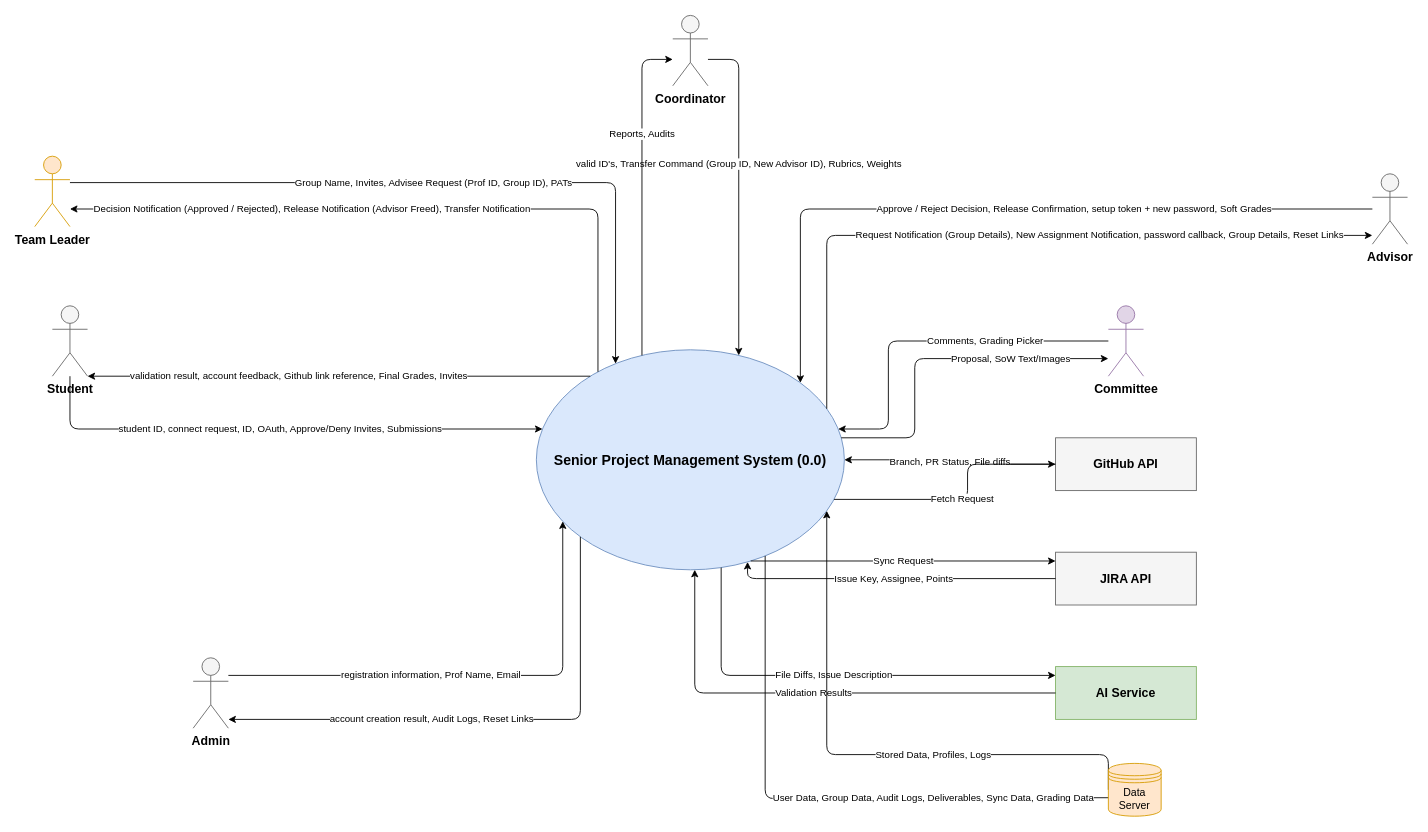
The draw.io diagram page "Level 0 - Context Diagram" (1 of 2) of docs/dfd_senior_project.drawio in SE3318-Spring-2025-2026/senior-app-1, before the edit. Source tidied: cells renumbered, new cells numbered last; positions are measured from the earlier drawing's top-left corner, leaving out a move shared by most shapes. Both pictures are drawn from the tidied source at 88%, with x=0, y=0 at pixel (34, 15).
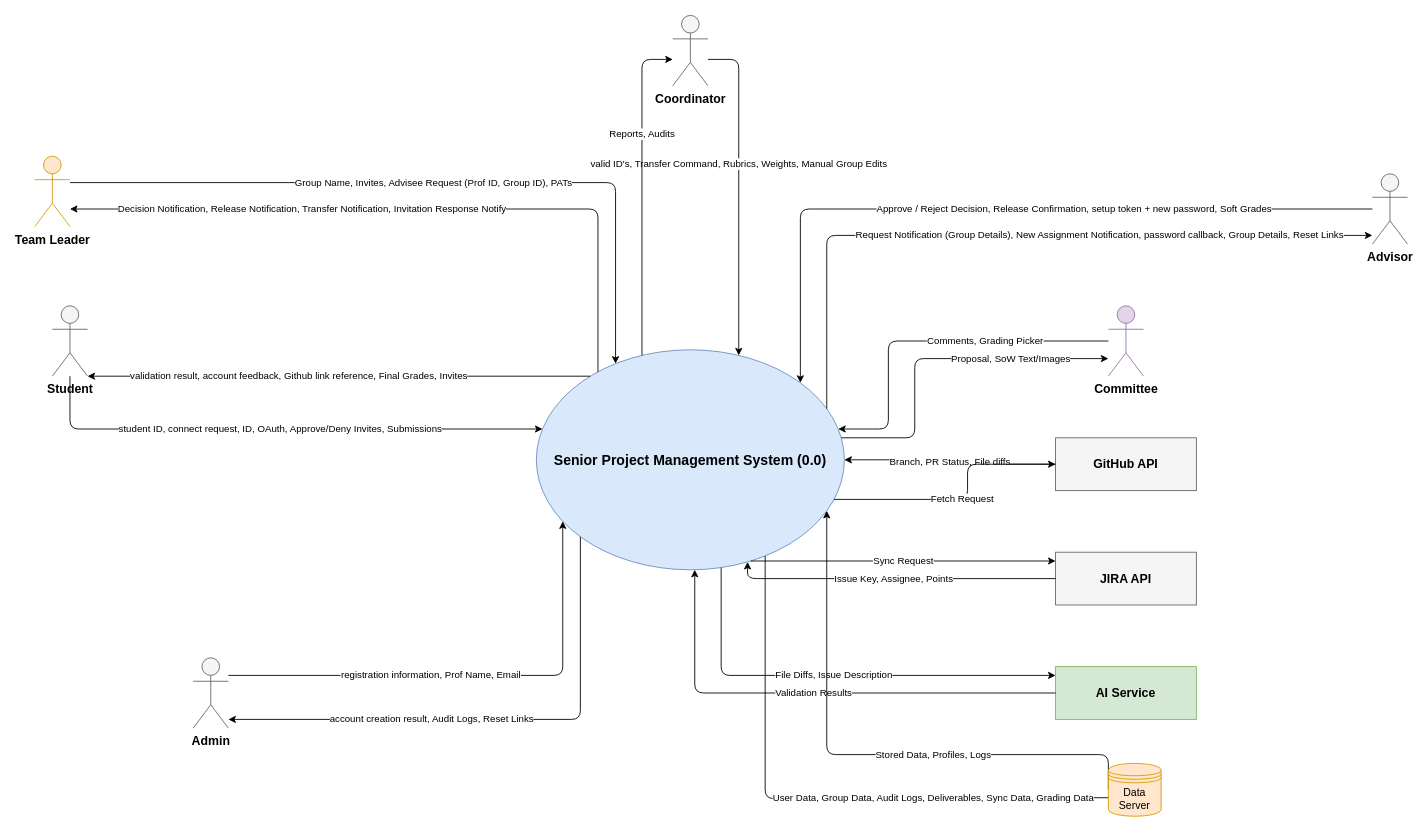
Above is the later version.

Commit message (it also covers changes not shown here):
Update API specifications and DFD diagrams for group formation and mentor matching: refine descriptions, add manual membership adjustments, and enhance documentation.

The change refers to these unchanged cells:
```xml
<mxCell id="2" value="Senior Project Management System (0.0)" style="ellipse;whiteSpace=wrap;html=1;fillColor=#dae8fc;strokeColor=#6c8ebf;fontSize=16;fontStyle=1;" parent="1" vertex="1">
  <mxGeometry x="570" y="380" width="350" height="250" as="geometry" />
</mxCell>
<mxCell id="4" value="Team Leader" style="shape=umlActor;verticalLabelPosition=bottom;verticalAlign=top;html=1;outlineConnect=0;fillColor=#ffe6cc;strokeColor=#d79b00;fontSize=14;fontStyle=1;" parent="1" vertex="1">
  <mxGeometry y="160" width="40" height="80" as="geometry" />
</mxCell>
<mxCell id="7" value="Coordinator" style="shape=umlActor;verticalLabelPosition=bottom;verticalAlign=top;html=1;outlineConnect=0;fillColor=#f5f5f5;strokeColor=#666666;fontSize=14;fontStyle=1;" parent="1" vertex="1">
  <mxGeometry x="725" width="40" height="80" as="geometry" />
</mxCell>
```

The edit, as a diff of the source:
```diff
@@
-    <mxCell id="15" value="Decision Notification (Approved / Rejected), Release Notification (Advisor Freed), Transfer Notification" style="edgeStyle=orthogonalEdgeStyle;rounded=1;html=1;fontSize=11;" parent="1" edge="1" source="2" target="4">
+    <mxCell id="15" value="Decision Notification, Release Notification, Transfer Notification, Invitation Response Notify" style="edgeStyle=orthogonalEdgeStyle;rounded=1;html=1;fontSize=11;" parent="1" edge="1" source="2" target="4">
       <mxGeometry x="0.3" relative="1" as="geometry">
         <Array as="points">
           <mxPoint x="640" y="220" />
         </Array>
       </mxGeometry>
     </mxCell>
@@
-    <mxCell id="20" value="valid ID's, Transfer Command (Group ID, New Advisor ID), Rubrics, Weights" style="edgeStyle=orthogonalEdgeStyle;rounded=1;html=1;fontSize=11;" parent="1" edge="1" source="7" target="2">
+    <mxCell id="20" value="valid ID's, Transfer Command, Rubrics, Weights, Manual Group Edits" style="edgeStyle=orthogonalEdgeStyle;rounded=1;html=1;fontSize=11;" parent="1" edge="1" source="7" target="2">
       <mxGeometry x="-0.17" relative="1" as="geometry">
         <Array as="points">
           <mxPoint x="800" y="50" />
         </Array>
       </mxGeometry>
     </mxCell>
```
